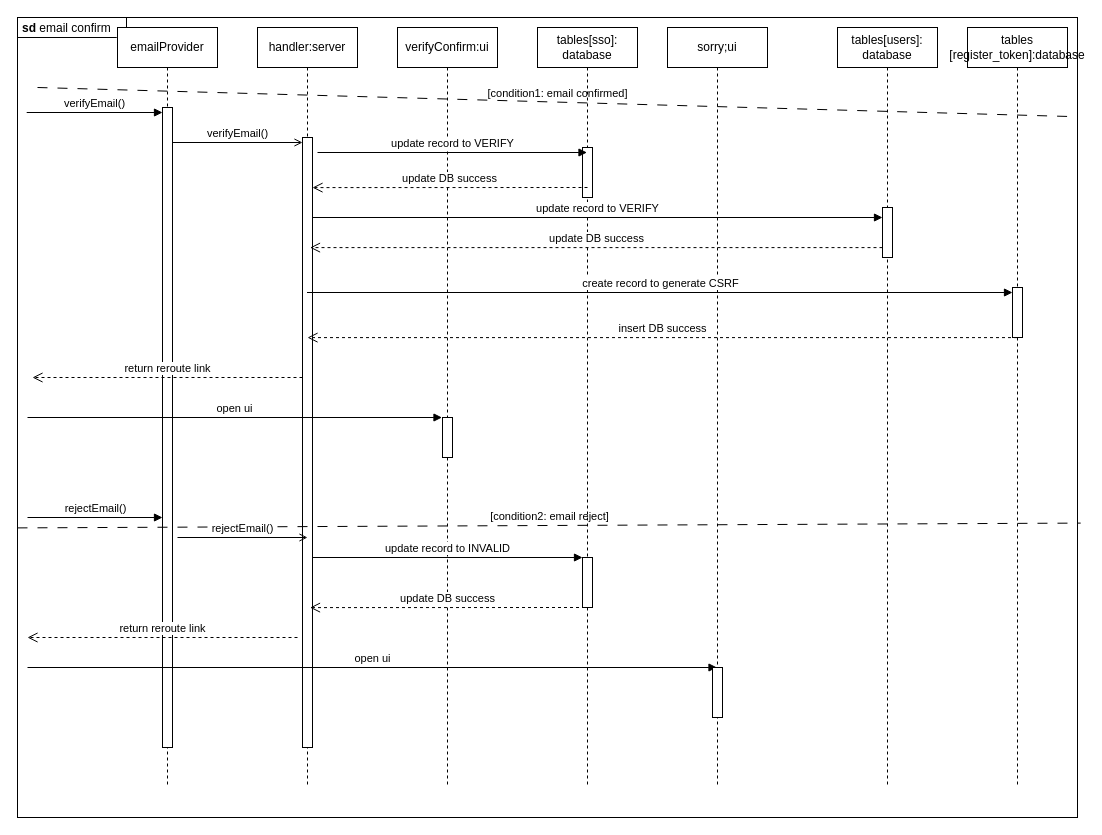
This is sd/server/auth/behavioral/account-verification/account-verification.drawio from hdthinh1012/note-taking-web-app, a draw.io file, before an edit. Source tidied: cells renumbered, new cells numbered last; positions are measured from the earlier drawing's top-left corner, leaving out a move shared by most shapes. Both pictures are drawn from the tidied source at 100%, with x=0, y=0 at pixel (17, 17).
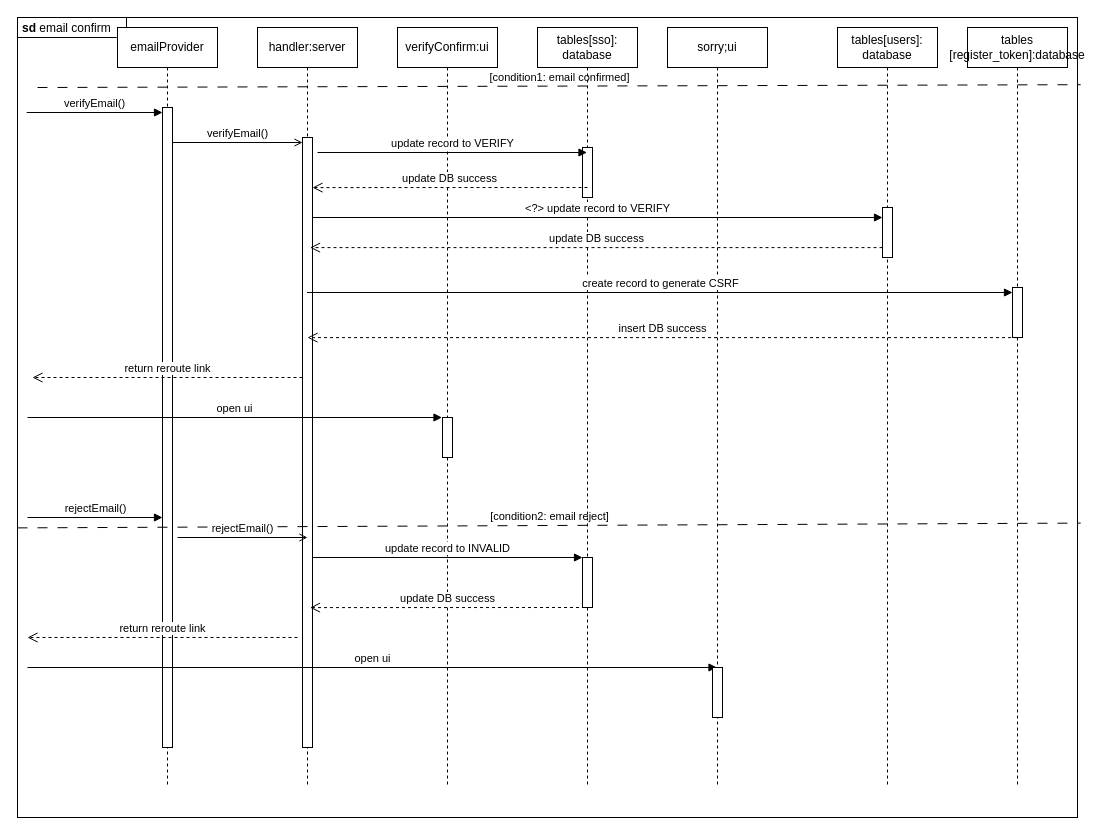
The same diagram, later.

Commit message (it also covers changes not shown here):
chore: update account register sd

Unchanged cells that the change refers to:
```xml
<mxCell id="2" value="&lt;p style=&quot;margin:0px;margin-top:4px;margin-left:5px;text-align:left;&quot;&gt;&lt;b&gt;sd&lt;/b&gt;&amp;nbsp;email confirm&lt;/p&gt;" style="html=1;shape=mxgraph.sysml.package;overflow=fill;labelX=109.92;align=left;spacingLeft=5;verticalAlign=top;spacingTop=-3;" parent="1" vertex="1">
  <mxGeometry width="1060" height="800" as="geometry" />
</mxCell>
<mxCell id="29" style="html=1;points=[[0,0,0,0,5],[0,1,0,0,-5],[1,0,0,0,5],[1,1,0,0,-5]];perimeter=orthogonalPerimeter;outlineConnect=0;targetShapes=umlLifeline;portConstraint=eastwest;newEdgeStyle={&quot;curved&quot;:0,&quot;rounded&quot;:0};" parent="28" vertex="1">
  <mxGeometry x="45" y="180" width="10" height="50" as="geometry" />
</mxCell>
```

Change to the diagram source:
```diff
@@
-    <mxCell id="18" value="[condition1: email confirmed]" style="endArrow=none;startArrow=none;endFill=0;startFill=0;endSize=8;html=1;verticalAlign=bottom;dashed=1;labelBackgroundColor=none;dashPattern=10 10;entryX=0.999;entryY=0.124;entryDx=0;entryDy=0;entryPerimeter=0;" parent="1" edge="1" target="2">
+    <mxCell id="18" value="[condition1: email confirmed]" style="endArrow=none;startArrow=none;endFill=0;startFill=0;endSize=8;html=1;verticalAlign=bottom;dashed=1;labelBackgroundColor=none;dashPattern=10 10;entryX=1.003;entryY=0.084;entryDx=0;entryDy=0;entryPerimeter=0;" parent="1" edge="1" target="2">
       <mxGeometry relative="1" as="geometry">
         <mxPoint x="20" y="70" as="sourcePoint" />
       </mxGeometry>
     </mxCell>
@@
-    <mxCell id="30" value="update record to VERIFY" style="html=1;verticalAlign=bottom;endArrow=block;curved=0;rounded=0;endFill=1;" parent="1" edge="1" target="29">
+    <mxCell id="30" value="&amp;lt;?&amp;gt; update record to VERIFY" style="html=1;verticalAlign=bottom;endArrow=block;curved=0;rounded=0;endFill=1;" parent="1" edge="1" target="29">
       <mxGeometry relative="1" as="geometry">
         <mxPoint x="295" y="200" as="sourcePoint" />
       </mxGeometry>
     </mxCell>
```
